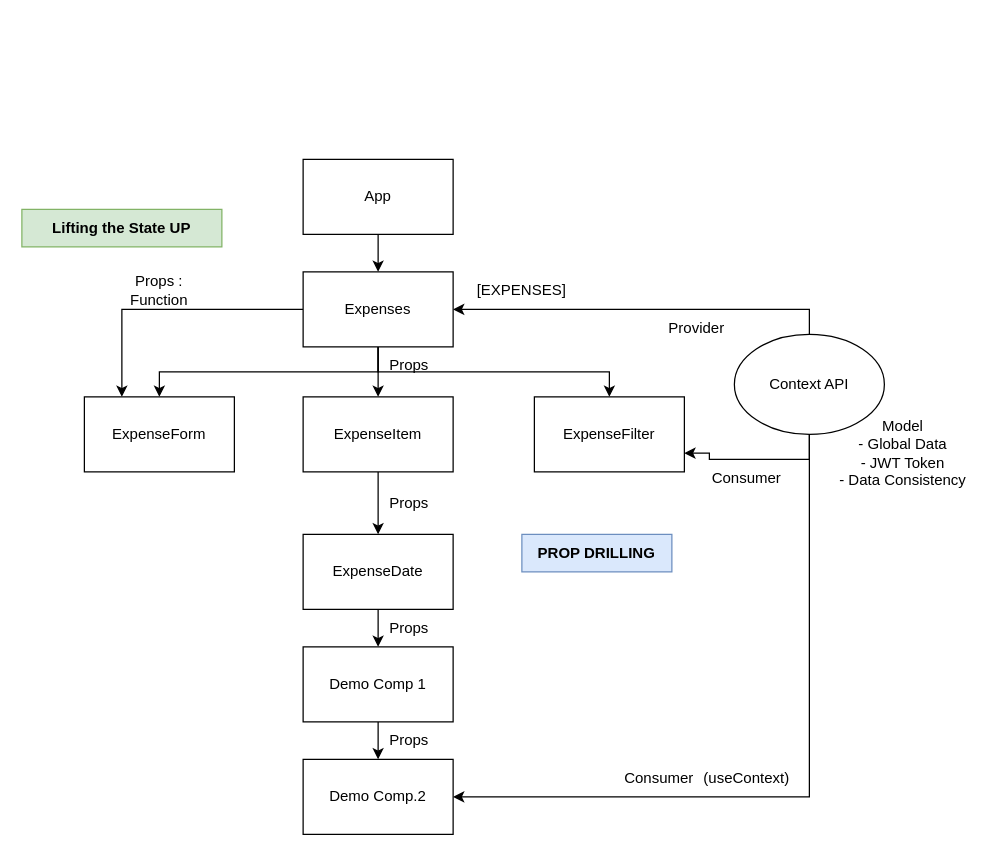
This is page "Page-2" (2 of 7) of references/react.drawio from synergy2411/dec-25-react, a draw.io file, before an edit. Source tidied: cells renumbered, new cells numbered last; positions are measured from the earlier drawing's top-left corner, leaving out a move shared by most shapes. Both pictures are drawn from the tidied source at 125%, with x=0, y=0 at pixel (21, 159).
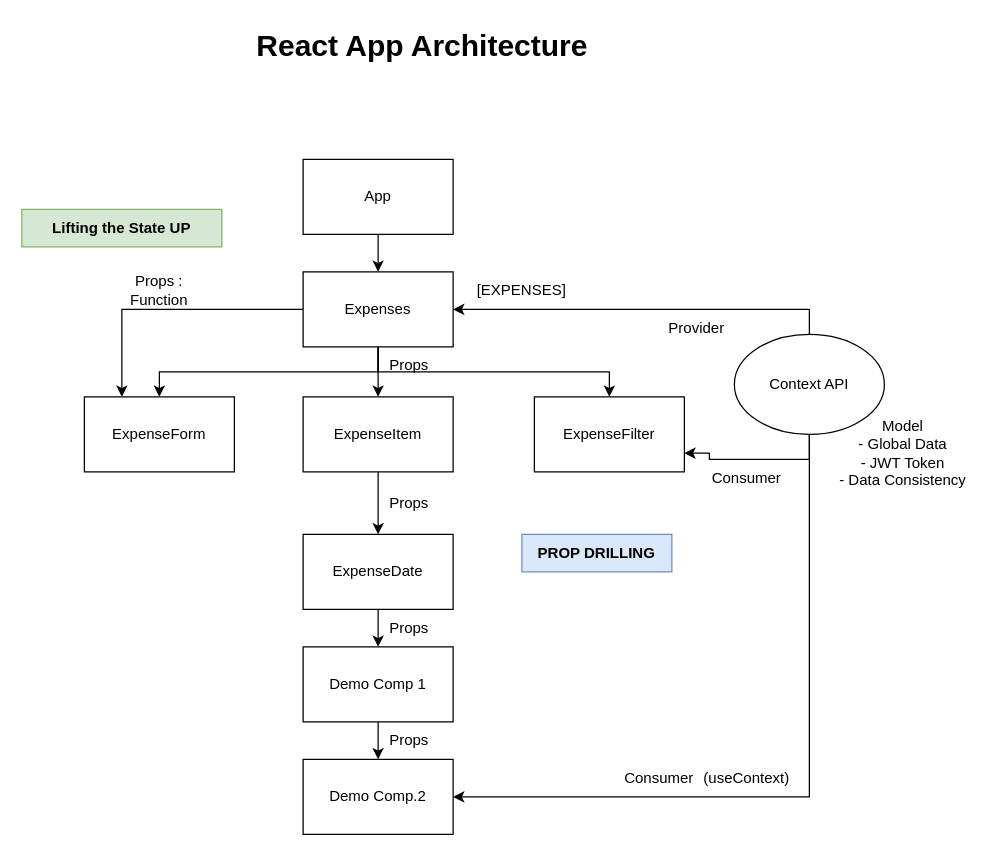
After the change.

What changed in the source:
```diff
@@
+    <mxCell id="35" value="React App Architecture" style="text;strokeColor=none;fillColor=none;html=1;fontSize=24;fontStyle=1;verticalAlign=middle;align=center;" parent="1" vertex="1">
+      <mxGeometry x="270" y="-110" width="100" height="40" as="geometry" />
+    </mxCell>
```
